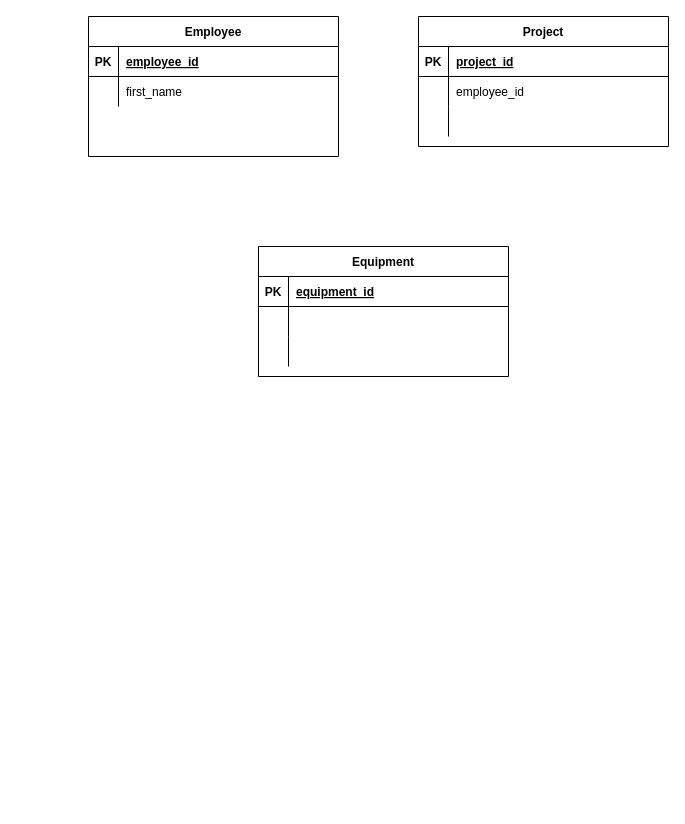
Above: Untitled Diagram.drawio in jocamp11/BUS393ERDHW1 (draw.io), before the change. Source tidied: cells renumbered, new cells numbered last; positions are measured from the earlier drawing's top-left corner, leaving out a move shared by most shapes. Both pictures are drawn from the tidied source at 100%, with x=0, y=0 at pixel (88, 16).
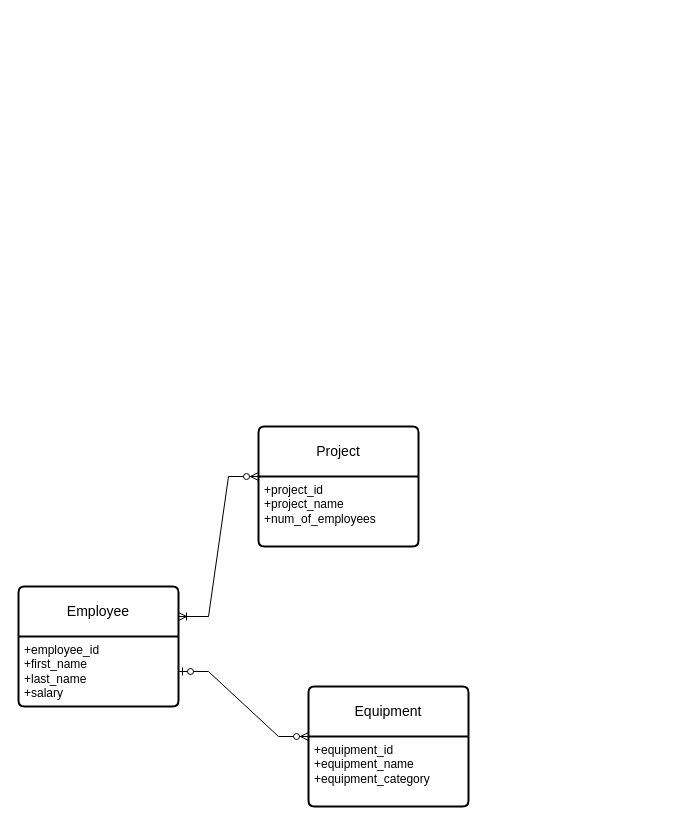
After the change.

What changed in the source:
```diff
@@
+    <mxCell id="22" value="Employee" style="swimlane;horizontal=1;startSize=50;rounded=1;fontSize=14;fontStyle=0;strokeWidth=2;shadow=0;dashed=0;align=center;arcSize=4;whiteSpace=wrap;html=1;" parent="1" vertex="1">
+      <mxGeometry x="-70" y="570" width="160" height="120" as="geometry" />
+    </mxCell>
+    <mxCell id="29" value="+employee_id&lt;br&gt;+first_name&lt;br&gt;&lt;div&gt;+last_name&lt;/div&gt;&lt;div&gt;+salary&lt;/div&gt;" style="align=left;strokeColor=none;fillColor=none;spacingLeft=4;fontSize=12;verticalAlign=top;html=1;" parent="22" vertex="1">
+      <mxGeometry y="50" width="160" height="70" as="geometry" />
+    </mxCell>
-    <mxCell id="2" value="Project" style="shape=table;startSize=30;childLayout=tableLayout;rowLines=0;fontStyle=1;align=center;" parent="1" vertex="1">
-      <mxGeometry x="330" width="250" height="130" as="geometry" />
+    <mxCell id="2" value="Project" style="swimlane;horizontal=1;startSize=50;rounded=1;fontSize=14;fontStyle=0;strokeWidth=2;shadow=0;dashed=0;align=center;arcSize=4;whiteSpace=wrap;html=1;" parent="1" vertex="1">
+      <mxGeometry x="170" y="410" width="160" height="120" as="geometry" />
     </mxCell>
-    <mxCell id="3" style="shape=partialRectangle;fillColor=none;top=0;left=0;right=0;bottom=1;" parent="2" vertex="1">
-      <mxGeometry y="30" width="250" height="30" as="geometry" />
-    </mxCell>
-    <mxCell id="4" value="PK" style="shape=partialRectangle;overflow=hidden;fillColor=none;top=0;left=0;bottom=0;right=0;fontStyle=1;" parent="3" vertex="1">
-      <mxGeometry width="30" height="30" as="geometry" />
-    </mxCell>
-    <mxCell id="5" value="project_id" style="shape=partialRectangle;overflow=hidden;fillColor=none;top=0;left=0;bottom=0;right=0;align=left;spacingLeft=6;fontStyle=5;" parent="3" vertex="1">
-      <mxGeometry x="30" width="220" height="30" as="geometry" />
-    </mxCell>
-    <mxCell id="6" style="shape=partialRectangle;fillColor=none;top=0;left=0;right=0;bottom=0;" parent="2" vertex="1">
-      <mxGeometry y="60" width="250" height="30" as="geometry" />
-    </mxCell>
-    <mxCell id="7" style="shape=partialRectangle;overflow=hidden;fillColor=none;top=0;left=0;bottom=0;right=0;" parent="6" vertex="1">
-      <mxGeometry width="30" height="30" as="geometry" />
-    </mxCell>
-    <mxCell id="8" value="employee_id" style="shape=partialRectangle;overflow=hidden;fillColor=none;top=0;left=0;bottom=0;right=0;align=left;spacingLeft=6;" parent="6" vertex="1">
-      <mxGeometry x="30" width="220" height="30" as="geometry" />
-    </mxCell>
-    <mxCell id="9" style="shape=partialRectangle;fillColor=none;top=0;left=0;right=0;bottom=0;" parent="2" vertex="1">
-      <mxGeometry y="90" width="250" height="30" as="geometry" />
-    </mxCell>
-    <mxCell id="10" style="shape=partialRectangle;overflow=hidden;fillColor=none;top=0;left=0;bottom=0;right=0;" parent="9" vertex="1">
-      <mxGeometry width="30" height="30" as="geometry" />
-    </mxCell>
-    <mxCell id="11" style="shape=partialRectangle;overflow=hidden;fillColor=none;top=0;left=0;bottom=0;right=0;align=left;spacingLeft=6;" parent="9" vertex="1">
-      <mxGeometry x="30" width="220" height="30" as="geometry" />
-    </mxCell>
+    <mxCell id="30" value="+project_id&lt;br&gt;+project_name&lt;br&gt;+num_of_employees" style="align=left;strokeColor=none;fillColor=none;spacingLeft=4;fontSize=12;verticalAlign=top;html=1;" parent="2" vertex="1">
+      <mxGeometry y="50" width="160" height="70" as="geometry" />
+    </mxCell>
-    <mxCell id="12" value="Equipment" style="shape=table;startSize=30;childLayout=tableLayout;rowLines=0;fontStyle=1;align=center;" parent="1" vertex="1">
-      <mxGeometry x="170" y="230" width="250" height="130" as="geometry" />
+    <mxCell id="12" value="Equipment" style="swimlane;horizontal=1;startSize=50;rounded=1;fontSize=14;fontStyle=0;strokeWidth=2;shadow=0;dashed=0;align=center;arcSize=4;whiteSpace=wrap;html=1;" parent="1" vertex="1">
+      <mxGeometry x="220" y="670" width="160" height="120" as="geometry" />
     </mxCell>
-    <mxCell id="13" style="shape=partialRectangle;fillColor=none;top=0;left=0;right=0;bottom=1;" parent="12" vertex="1">
-      <mxGeometry y="30" width="250" height="30" as="geometry" />
-    </mxCell>
-    <mxCell id="14" value="PK" style="shape=partialRectangle;overflow=hidden;fillColor=none;top=0;left=0;bottom=0;right=0;fontStyle=1;" parent="13" vertex="1">
-      <mxGeometry width="30" height="30" as="geometry" />
-    </mxCell>
-    <mxCell id="15" value="equipment_id" style="shape=partialRectangle;overflow=hidden;fillColor=none;top=0;left=0;bottom=0;right=0;align=left;spacingLeft=6;fontStyle=5;" parent="13" vertex="1">
-      <mxGeometry x="30" width="220" height="30" as="geometry" />
-    </mxCell>
-    <mxCell id="16" style="shape=partialRectangle;fillColor=none;top=0;left=0;right=0;bottom=0;" parent="12" vertex="1">
-      <mxGeometry y="60" width="250" height="30" as="geometry" />
-    </mxCell>
-    <mxCell id="17" style="shape=partialRectangle;overflow=hidden;fillColor=none;top=0;left=0;bottom=0;right=0;" parent="16" vertex="1">
-      <mxGeometry width="30" height="30" as="geometry" />
-    </mxCell>
-    <mxCell id="18" style="shape=partialRectangle;overflow=hidden;fillColor=none;top=0;left=0;bottom=0;right=0;align=left;spacingLeft=6;" parent="16" vertex="1">
-      <mxGeometry x="30" width="220" height="30" as="geometry" />
-    </mxCell>
-    <mxCell id="19" style="shape=partialRectangle;fillColor=none;top=0;left=0;right=0;bottom=0;" parent="12" vertex="1">
-      <mxGeometry y="90" width="250" height="30" as="geometry" />
-    </mxCell>
-    <mxCell id="20" style="shape=partialRectangle;overflow=hidden;fillColor=none;top=0;left=0;bottom=0;right=0;" parent="19" vertex="1">
-      <mxGeometry width="30" height="30" as="geometry" />
-    </mxCell>
-    <mxCell id="21" style="shape=partialRectangle;overflow=hidden;fillColor=none;top=0;left=0;bottom=0;right=0;align=left;spacingLeft=6;" parent="19" vertex="1">
-      <mxGeometry x="30" width="220" height="30" as="geometry" />
-    </mxCell>
-    <mxCell id="22" value="Employee" style="shape=table;startSize=30;childLayout=tableLayout;rowLines=0;fontStyle=1;align=center;" parent="1" vertex="1">
-      <mxGeometry width="250" height="140" as="geometry" />
-    </mxCell>
-    <mxCell id="23" style="shape=partialRectangle;fillColor=none;top=0;left=0;right=0;bottom=1;" parent="22" vertex="1">
-      <mxGeometry y="30" width="250" height="30" as="geometry" />
-    </mxCell>
-    <mxCell id="24" value="PK" style="shape=partialRectangle;overflow=hidden;fillColor=none;top=0;left=0;bottom=0;right=0;fontStyle=1;" parent="23" vertex="1">
-      <mxGeometry width="30" height="30" as="geometry" />
-    </mxCell>
-    <mxCell id="25" value="employee_id" style="shape=partialRectangle;overflow=hidden;fillColor=none;top=0;left=0;bottom=0;right=0;align=left;spacingLeft=6;fontStyle=5;" parent="23" vertex="1">
-      <mxGeometry x="30" width="220" height="30" as="geometry" />
-    </mxCell>
-    <mxCell id="26" style="shape=partialRectangle;fillColor=none;top=0;left=0;right=0;bottom=0;" parent="22" vertex="1">
-      <mxGeometry y="60" width="250" height="30" as="geometry" />
-    </mxCell>
-    <mxCell id="27" style="shape=partialRectangle;overflow=hidden;fillColor=none;top=0;left=0;bottom=0;right=0;" parent="26" vertex="1">
-      <mxGeometry width="30" height="30" as="geometry" />
-    </mxCell>
-    <mxCell id="28" value="first_name" style="shape=partialRectangle;overflow=hidden;fillColor=none;top=0;left=0;bottom=0;right=0;align=left;spacingLeft=6;" parent="26" vertex="1">
-      <mxGeometry x="30" width="220" height="30" as="geometry" />
-    </mxCell>
+    <mxCell id="31" value="+equipment_id&lt;br&gt;+equipment_name&lt;br&gt;+equipment_category" style="align=left;strokeColor=none;fillColor=none;spacingLeft=4;fontSize=12;verticalAlign=top;html=1;" parent="12" vertex="1">
+      <mxGeometry y="50" width="160" height="70" as="geometry" />
+    </mxCell>
+    <mxCell id="32" style="edgeStyle=entityRelationEdgeStyle;fontSize=12;html=1;endArrow=ERzeroToMany;startArrow=ERzeroToOne;rounded=0;entryX=0;entryY=0;entryDx=0;entryDy=0;exitX=1;exitY=0.5;exitDx=0;exitDy=0;" parent="1" edge="1" source="29" target="31">
+      <mxGeometry relative="1" as="geometry" />
+    </mxCell>
+    <mxCell id="33" style="edgeStyle=entityRelationEdgeStyle;fontSize=12;html=1;endArrow=ERoneToMany;startArrow=ERzeroToMany;rounded=0;exitX=0;exitY=0;exitDx=0;exitDy=0;entryX=1;entryY=0.25;entryDx=0;entryDy=0;" parent="1" edge="1" source="30" target="22">
+      <mxGeometry relative="1" as="geometry" />
+    </mxCell>
```
